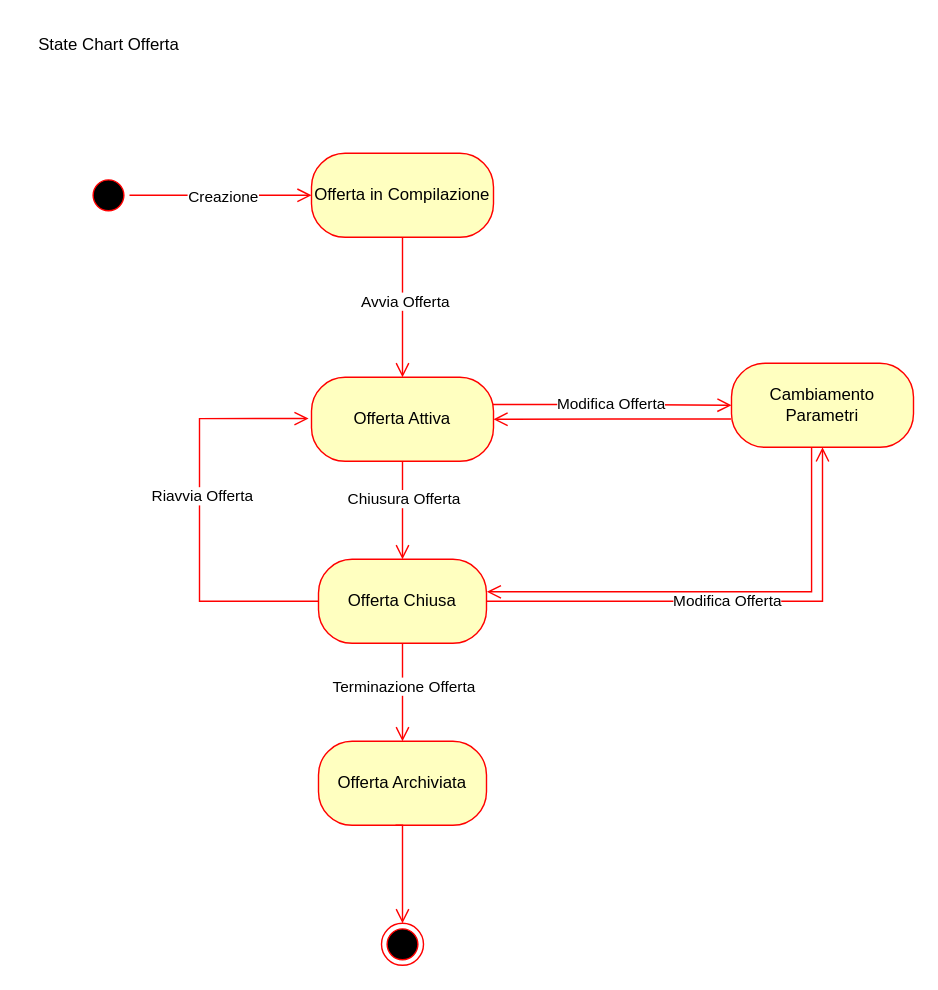
Earlier version of the draw.io diagram Documentazione/Requirement_Analysis_Document/Statecharts/SC_Offerta_ver_0.1.drawio (JacopoPassariello/TuringCareers). Source tidied: cells renumbered, new cells numbered last; positions are measured from the earlier drawing's top-left corner, leaving out a move shared by most shapes. Both pictures are drawn from the tidied source at 140%, with x=0, y=0 at pixel (24, 24).
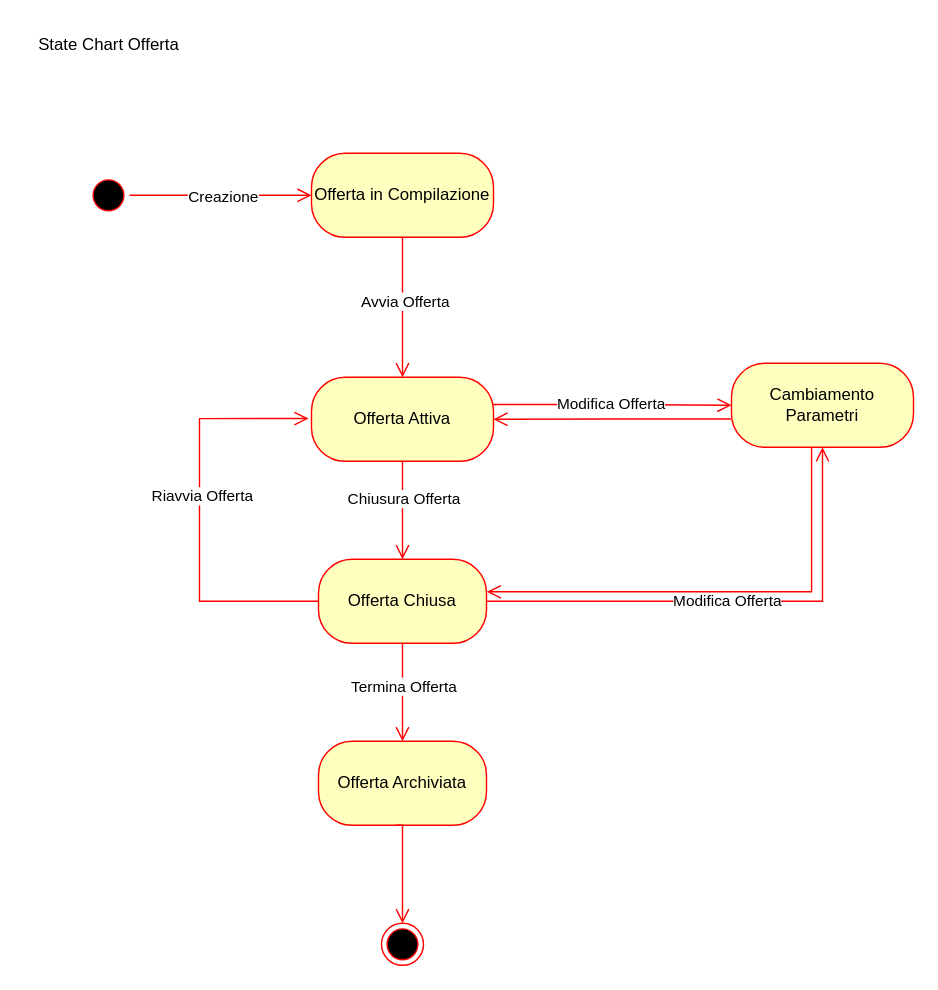
Above is the later version.

Commit message (it also covers changes not shown here):
Aggiunta StateChart offerta di tony

Unchanged cells that the change refers to:
```xml
<mxCell id="17" style="edgeStyle=orthogonalEdgeStyle;html=1;verticalAlign=bottom;endArrow=open;endSize=8;strokeColor=#ff0000;rounded=0;entryX=0.5;entryY=0;entryDx=0;entryDy=0;" parent="1" edge="1" target="21">
  <mxGeometry relative="1" as="geometry">
    <mxPoint x="270" y="442" as="sourcePoint" />
    <Array as="points">
      <mxPoint x="270" y="472" />
      <mxPoint x="270" y="472" />
    </Array>
  </mxGeometry>
</mxCell>
```

The edit, as a diff of the source:
```diff
@@
-    <mxCell id="18" value="Terminazione Offerta" style="edgeLabel;html=1;align=center;verticalAlign=middle;" parent="17" vertex="1">
+    <mxCell id="18" value="Termina Offerta" style="edgeLabel;html=1;align=center;verticalAlign=middle;" parent="17" vertex="1">
       <mxGeometry x="-0.02" relative="1" as="geometry">
         <mxPoint y="-4" as="offset" />
       </mxGeometry>
     </mxCell>
```
